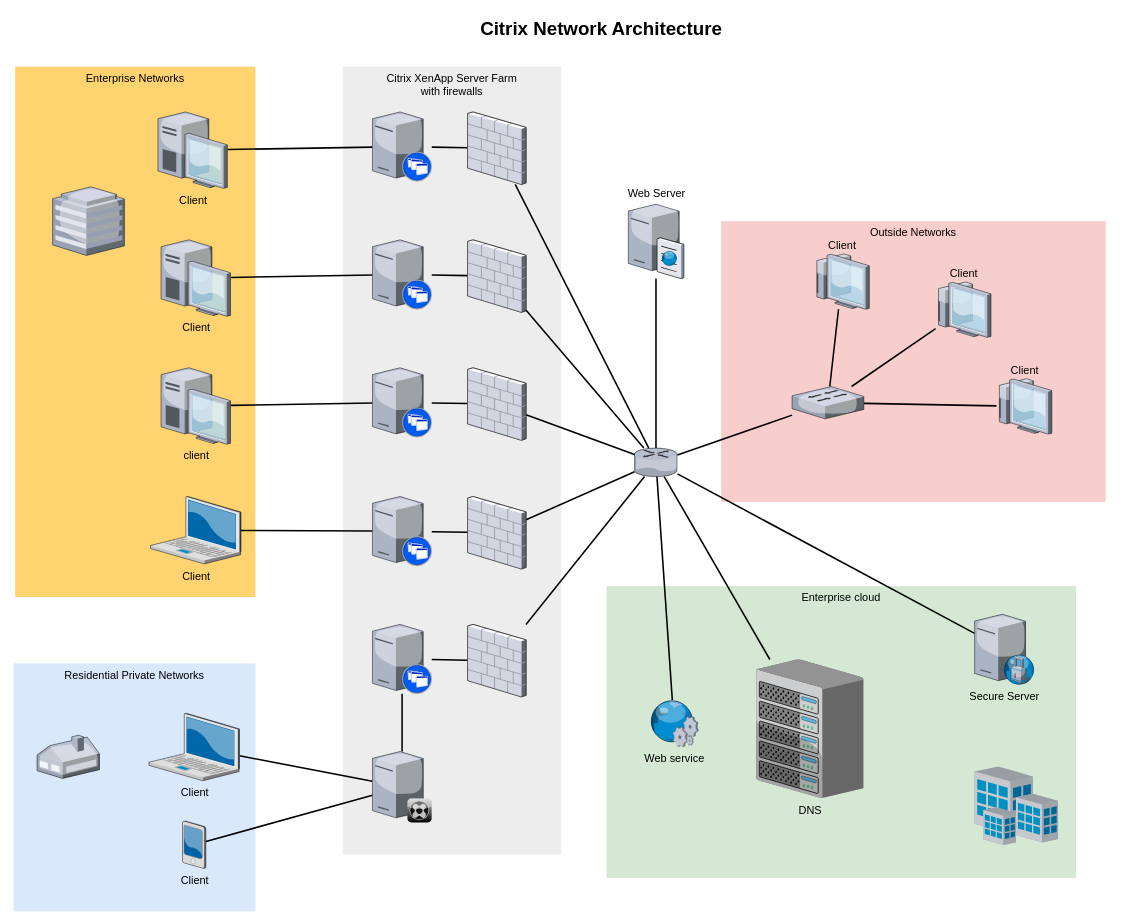
Before: Diagrama sem Interatividades.drawio in eloyx3x/Diagramas, a draw.io diagram. Source tidied: cells renumbered, new cells numbered last; positions are measured from the earlier drawing's top-left corner, leaving out a move shared by most shapes. Both pictures are drawn from the tidied source at 78%, with x=0, y=0 at pixel (13, 13).
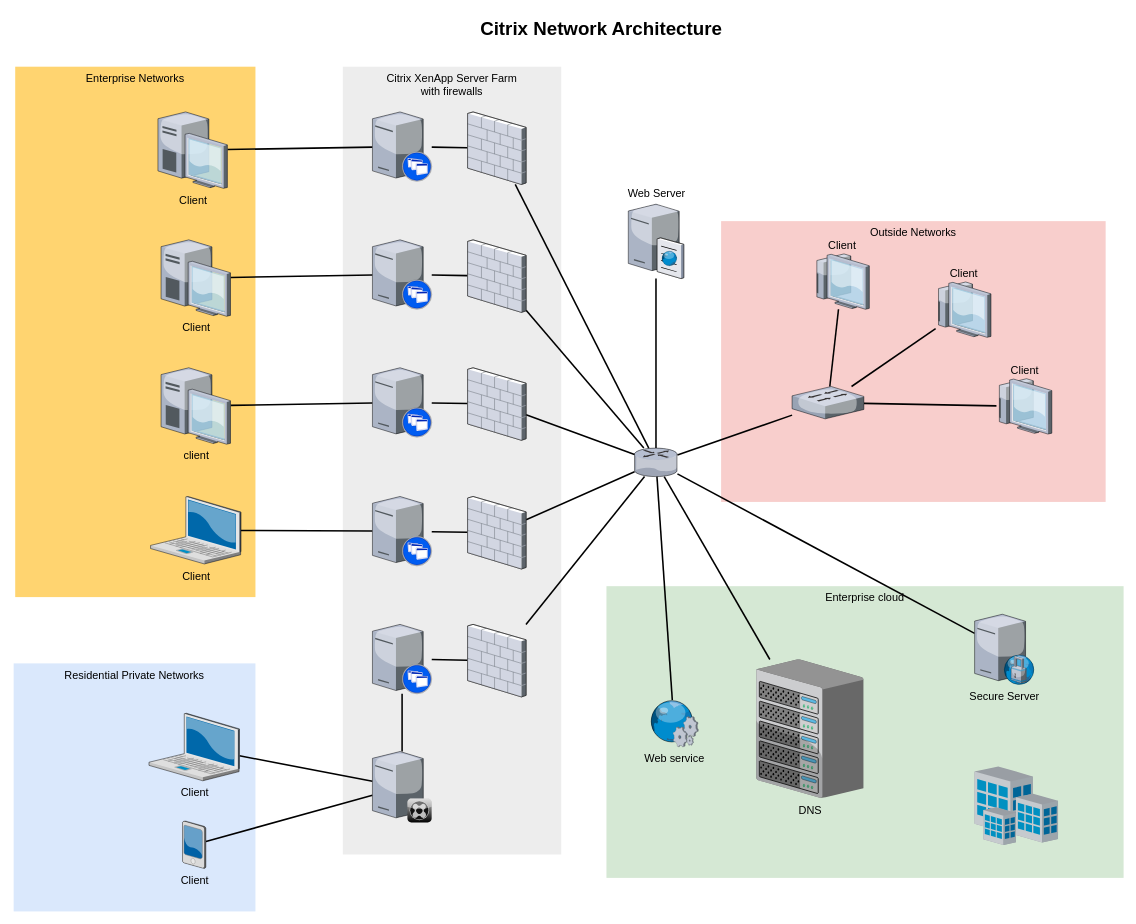
The same diagram, later.

The edit, as a diff of the source:
```diff
@@
     <mxCell id="3" value="Enterprise cloud" style="whiteSpace=wrap;html=1;fillColor=#d5e8d4;fontSize=14;strokeColor=none;verticalAlign=top;" parent="1" vertex="1">
-      <mxGeometry x="760" y="734" width="602" height="374" as="geometry" />
+      <mxGeometry x="760" y="734" width="663" height="374" as="geometry" />
     </mxCell>
@@
-    <mxCell id="48" style="verticalLabelPosition=bottom;html=1;verticalAlign=top;strokeColor=none;shape=mxgraph.citrix.home_office;fillColor=#66B2FF;gradientColor=#0066CC;fontSize=14;" parent="1" vertex="1">
-      <mxGeometry x="30" y="925" width="80" height="55.5" as="geometry" />
-    </mxCell>
-    <mxCell id="49" style="verticalLabelPosition=bottom;html=1;verticalAlign=top;strokeColor=none;shape=mxgraph.citrix.hq_enterprise;fillColor=#66B2FF;gradientColor=#0066CC;fontSize=14;" parent="1" vertex="1">
-      <mxGeometry x="50" y="222" width="92" height="88" as="geometry" />
-    </mxCell>
```
